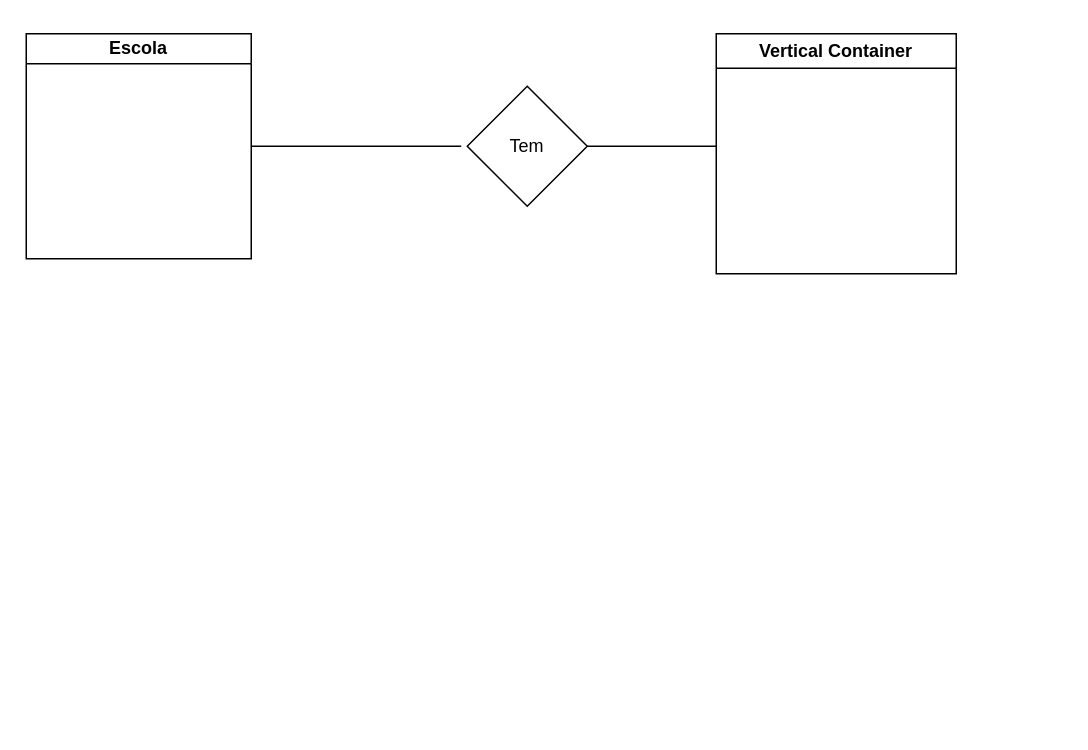
Above: 2.drawio in Pato-Branco/Pato-Branco (draw.io), before the change. Source tidied: cells renumbered, new cells numbered last; positions are measured from the earlier drawing's top-left corner, leaving out a move shared by most shapes. Both pictures are drawn from the tidied source at 150%, with x=0, y=0 at pixel (26, 33).
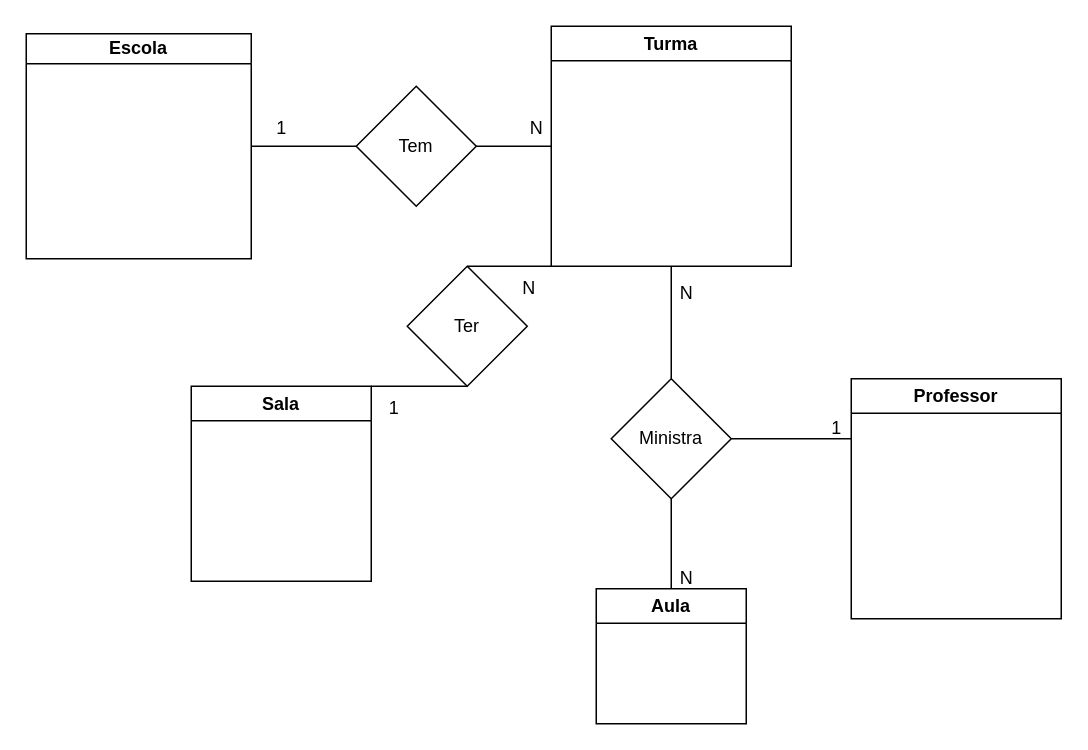
After the change.

The change refers to these unchanged cells:
```xml
<mxCell id="2" value="Escola" style="swimlane;whiteSpace=wrap;html=1;startSize=20;" parent="1" vertex="1">
  <mxGeometry width="150" height="150" as="geometry" />
</mxCell>
```

Change to the diagram source:
```diff
@@
-    <mxCell id="3" style="endArrow=none;html=1;rounded=0;exitX=1;exitY=0.5;exitDx=0;exitDy=0;" parent="1" edge="1" source="2">
+    <mxCell id="3" style="endArrow=none;html=1;rounded=0;exitX=1;exitY=0.5;exitDx=0;exitDy=0;" parent="1" edge="1" source="5">
       <mxGeometry relative="1" as="geometry">
         <mxPoint x="290" y="75" as="targetPoint" />
       </mxGeometry>
     </mxCell>
-    <mxCell id="4" value="Vertical Container" style="swimlane;whiteSpace=wrap;html=1;" parent="1" vertex="1">
-      <mxGeometry x="460" width="160" height="160" as="geometry" />
+    <mxCell id="4" value="Turma" style="swimlane;whiteSpace=wrap;html=1;" parent="1" vertex="1">
+      <mxGeometry x="350" y="-5" width="160" height="160" as="geometry" />
     </mxCell>
+    <mxCell id="6" style="endArrow=none;html=1;rounded=0;exitX=1;exitY=0.5;exitDx=0;exitDy=0;entryX=0;entryY=0.5;entryDx=0;entryDy=0;" parent="1" edge="1" source="5" target="4">
+      <mxGeometry relative="1" as="geometry" />
+    </mxCell>
+    <mxCell id="7" style="endArrow=none;html=1;rounded=0;exitX=1;exitY=0.5;exitDx=0;exitDy=0;" parent="1" edge="1" source="2" target="5">
+      <mxGeometry relative="1" as="geometry" />
+    </mxCell>
     <mxCell id="5" value="Tem" style="rhombus;whiteSpace=wrap;html=1;" parent="1" vertex="1">
-      <mxGeometry x="294" y="35" width="80" height="80" as="geometry" />
+      <mxGeometry x="220" y="35" width="80" height="80" as="geometry" />
     </mxCell>
-    <mxCell id="6" style="endArrow=none;html=1;rounded=0;exitX=1;exitY=0.5;exitDx=0;exitDy=0;" parent="1" edge="1" source="5">
-      <mxGeometry relative="1" as="geometry">
-        <mxPoint x="460" y="75" as="targetPoint" />
-      </mxGeometry>
-    </mxCell>
+    <mxCell id="8" value="Professor" style="swimlane;whiteSpace=wrap;html=1;" parent="1" vertex="1">
+      <mxGeometry x="550" y="230" width="140" height="160" as="geometry" />
+    </mxCell>
+    <mxCell id="9" value="Aula" style="swimlane;whiteSpace=wrap;html=1;" parent="1" vertex="1">
+      <mxGeometry x="380" y="370" width="100" height="90" as="geometry" />
+    </mxCell>
+    <mxCell id="10" value="Ministra" style="rhombus;whiteSpace=wrap;html=1;" parent="1" vertex="1">
+      <mxGeometry x="390" y="230" width="80" height="80" as="geometry" />
+    </mxCell>
+    <mxCell id="11" style="endArrow=none;html=1;rounded=0;exitX=0.5;exitY=1;exitDx=0;exitDy=0;entryX=0.5;entryY=0;entryDx=0;entryDy=0;" parent="1" edge="1" source="4" target="10">
+      <mxGeometry relative="1" as="geometry" />
+    </mxCell>
+    <mxCell id="12" style="endArrow=none;html=1;rounded=0;exitX=1;exitY=0.5;exitDx=0;exitDy=0;entryX=0;entryY=0.25;entryDx=0;entryDy=0;" parent="1" edge="1" source="10" target="8">
+      <mxGeometry relative="1" as="geometry" />
+    </mxCell>
+    <mxCell id="13" style="endArrow=none;html=1;rounded=0;exitX=0.5;exitY=1;exitDx=0;exitDy=0;entryX=0.5;entryY=0;entryDx=0;entryDy=0;" parent="1" edge="1" source="10" target="9">
+      <mxGeometry relative="1" as="geometry" />
+    </mxCell>
+    <mxCell id="14" value="Sala" style="swimlane;whiteSpace=wrap;html=1;" parent="1" vertex="1">
+      <mxGeometry x="110" y="235" width="120" height="130" as="geometry" />
+    </mxCell>
+    <mxCell id="15" style="endArrow=none;html=1;rounded=0;entryX=1;entryY=0;entryDx=0;entryDy=0;exitX=0.5;exitY=1;exitDx=0;exitDy=0;" parent="1" edge="1" source="16" target="14">
+      <mxGeometry relative="1" as="geometry" />
+    </mxCell>
+    <mxCell id="16" value="Ter" style="rhombus;whiteSpace=wrap;html=1;" parent="1" vertex="1">
+      <mxGeometry x="254" y="155" width="80" height="80" as="geometry" />
+    </mxCell>
+    <mxCell id="17" style="endArrow=none;html=1;rounded=0;exitX=0.5;exitY=0;exitDx=0;exitDy=0;entryX=0;entryY=1;entryDx=0;entryDy=0;" parent="1" edge="1" source="16" target="4">
+      <mxGeometry relative="1" as="geometry" />
+    </mxCell>
+    <mxCell id="18" value="1" style="text;html=1;align=center;verticalAlign=middle;strokeColor=none;fillColor=none;" parent="1" vertex="1">
+      <mxGeometry x="155" y="48" width="30" height="30" as="geometry" />
+    </mxCell>
+    <mxCell id="19" value="N" style="text;html=1;align=center;verticalAlign=middle;strokeColor=none;fillColor=none;" parent="1" vertex="1">
+      <mxGeometry x="325" y="48" width="30" height="30" as="geometry" />
+    </mxCell>
+    <mxCell id="20" value="N" style="text;html=1;align=center;verticalAlign=middle;strokeColor=none;fillColor=none;" parent="1" vertex="1">
+      <mxGeometry x="425" y="158" width="30" height="30" as="geometry" />
+    </mxCell>
+    <mxCell id="21" value="1" style="text;html=1;align=center;verticalAlign=middle;strokeColor=none;fillColor=none;" parent="1" vertex="1">
+      <mxGeometry x="525" y="248" width="30" height="30" as="geometry" />
+    </mxCell>
+    <mxCell id="22" value="N" style="text;html=1;align=center;verticalAlign=middle;strokeColor=none;fillColor=none;" parent="1" vertex="1">
+      <mxGeometry x="425" y="348" width="30" height="30" as="geometry" />
+    </mxCell>
+    <mxCell id="23" value="N" style="text;html=1;align=center;verticalAlign=middle;strokeColor=none;fillColor=none;" parent="1" vertex="1">
+      <mxGeometry x="320" y="155" width="30" height="30" as="geometry" />
+    </mxCell>
+    <mxCell id="24" value="1" style="text;html=1;align=center;verticalAlign=middle;strokeColor=none;fillColor=none;" parent="1" vertex="1">
+      <mxGeometry x="230" y="235" width="30" height="30" as="geometry" />
+    </mxCell>
```
